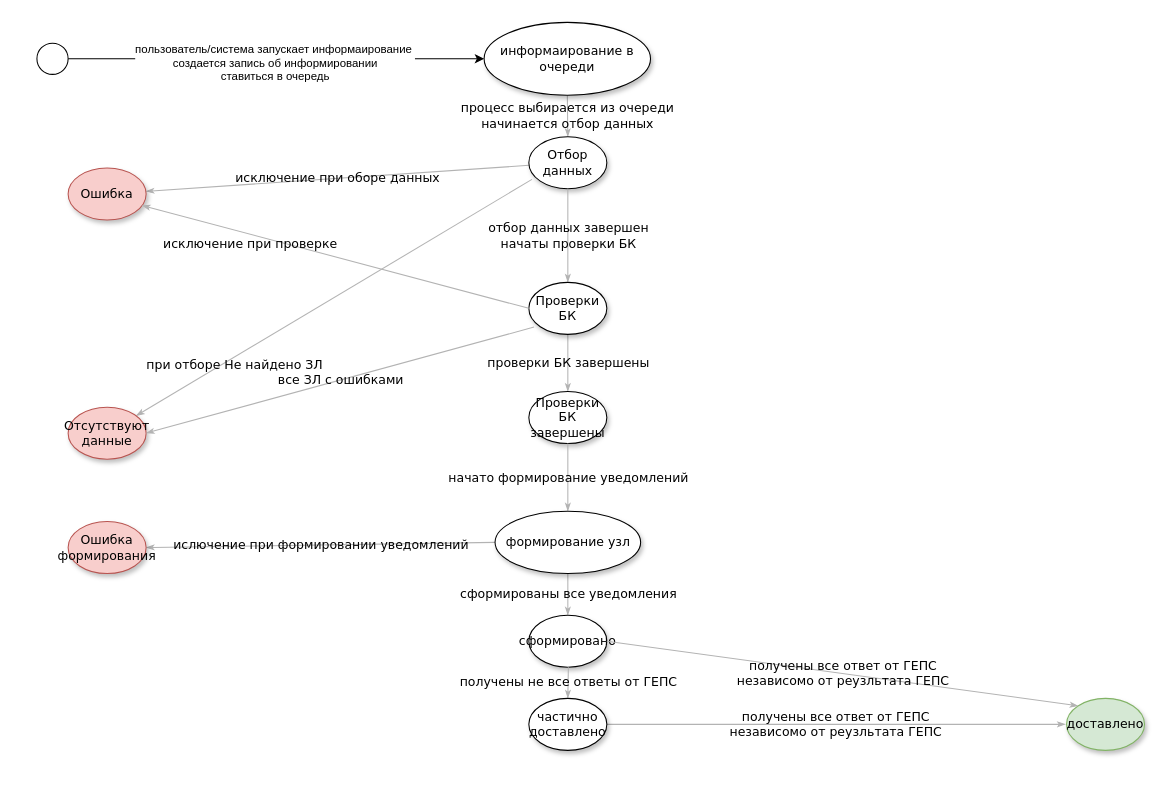
MaxMoto1702/draw.io keeps this draw.io diagram as page "Процесс" (1 of 2) of статусы инициативного формирования.drawio. Above is the earlier version. Source tidied: cells renumbered, new cells numbered last; positions are measured from the earlier drawing's top-left corner, leaving out a move shared by most shapes. Both pictures are drawn from the tidied source at 104%, with x=0, y=0 at pixel (36, 22).
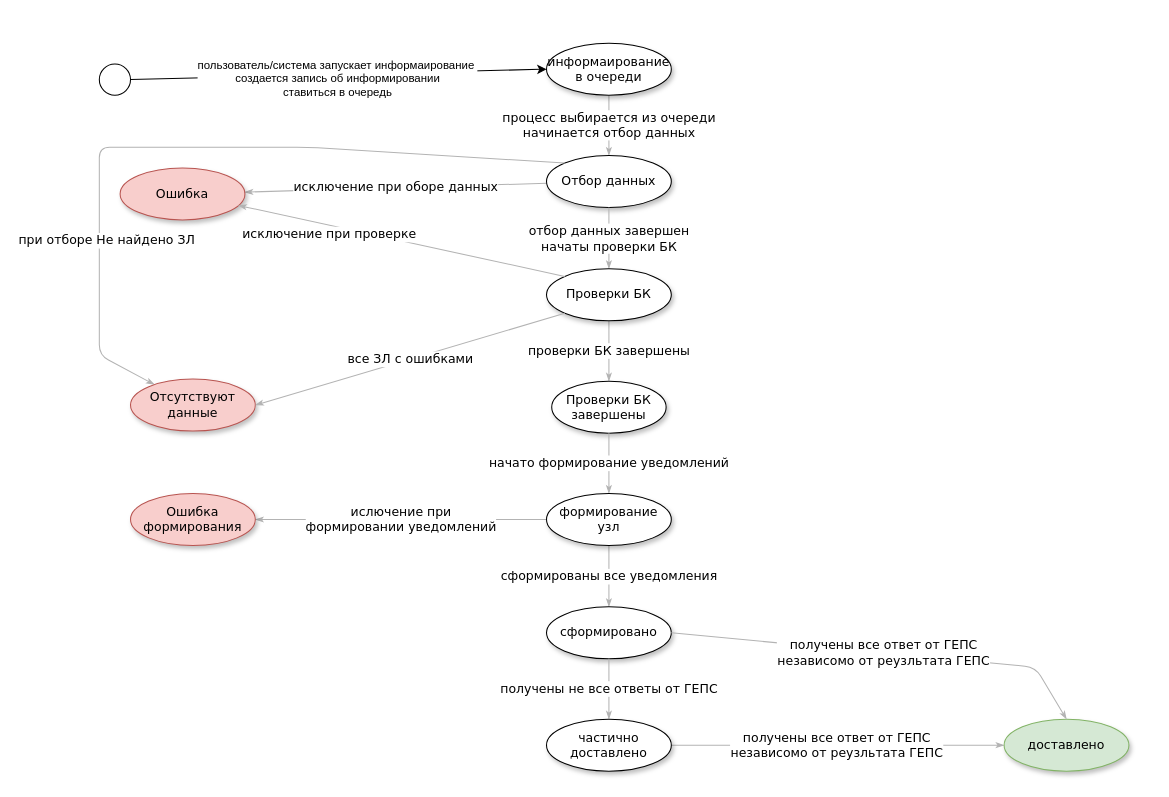
Above is the later version.

Diff of the diagram source:
```diff
@@
-    <mxCell id="2" value="процесс выбирается из очереди&lt;br&gt;начинается отбор данных" style="edgeStyle=none;rounded=1;html=1;labelBackgroundColor=none;startArrow=none;startFill=0;startSize=5;endArrow=classicThin;endFill=1;endSize=5;jettySize=auto;strokeColor=#B3B3B3;strokeWidth=1;fontFamily=Verdana;fontSize=12;" parent="1" edge="1" source="3" target="12">
+    <mxCell id="2" value="процесс выбирается из очереди&lt;br&gt;начинается отбор данных" style="edgeStyle=none;rounded=1;html=1;labelBackgroundColor=default;startArrow=none;startFill=0;startSize=5;endArrow=classicThin;endFill=1;endSize=5;jettySize=auto;strokeColor=#B3B3B3;strokeWidth=1;fontFamily=Verdana;fontSize=12;" parent="1" edge="1" source="3" target="12">
       <mxGeometry relative="1" as="geometry" />
     </mxCell>
     <mxCell id="3" value="информаирование в очереди" style="ellipse;whiteSpace=wrap;html=1;rounded=0;shadow=1;comic=0;labelBackgroundColor=none;strokeWidth=1;fontFamily=Verdana;fontSize=12;align=center;" parent="1" vertex="1">
-      <mxGeometry x="430" width="160" height="70" as="geometry" />
+      <mxGeometry x="490" y="20" width="120" height="50" as="geometry" />
     </mxCell>
@@
-    <mxCell id="7" value="сформированы все уведомления" style="edgeStyle=none;rounded=1;html=1;labelBackgroundColor=none;startArrow=none;startFill=0;startSize=5;endArrow=classicThin;endFill=1;endSize=5;jettySize=auto;strokeColor=#B3B3B3;strokeWidth=1;fontFamily=Verdana;fontSize=12;exitX=0.5;exitY=1;exitDx=0;exitDy=0;" parent="1" edge="1" source="27" target="8">
+    <mxCell id="7" value="сформированы все уведомления" style="edgeStyle=none;rounded=1;html=1;labelBackgroundColor=default;startArrow=none;startFill=0;startSize=5;endArrow=classicThin;endFill=1;endSize=5;jettySize=auto;strokeColor=#B3B3B3;strokeWidth=1;fontFamily=Verdana;fontSize=12;exitX=0.5;exitY=1;exitDx=0;exitDy=0;" parent="1" edge="1" source="27" target="8">
       <mxGeometry relative="1" as="geometry" />
     </mxCell>
     <mxCell id="8" value="&lt;span&gt;сформировано&lt;/span&gt;" style="ellipse;whiteSpace=wrap;html=1;rounded=0;shadow=1;comic=0;labelBackgroundColor=none;strokeWidth=1;fontFamily=Verdana;fontSize=12;align=center;" parent="1" vertex="1">
-      <mxGeometry x="473" y="570" width="75" height="50" as="geometry" />
+      <mxGeometry x="490" y="562" width="120" height="50" as="geometry" />
     </mxCell>
@@
-    <mxCell id="11" value="исключение при оборе данных" style="edgeStyle=none;rounded=1;html=1;labelBackgroundColor=none;startArrow=none;startFill=0;startSize=5;endArrow=classicThin;endFill=1;endSize=5;jettySize=auto;strokeColor=#B3B3B3;strokeWidth=1;fontFamily=Verdana;fontSize=12;" parent="1" edge="1" source="12" target="14">
+    <mxCell id="11" value="исключение при оборе данных" style="edgeStyle=none;rounded=1;html=1;labelBackgroundColor=default;startArrow=none;startFill=0;startSize=5;endArrow=classicThin;endFill=1;endSize=5;jettySize=auto;strokeColor=#B3B3B3;strokeWidth=1;fontFamily=Verdana;fontSize=12;" parent="1" edge="1" source="12" target="14">
       <mxGeometry relative="1" as="geometry" />
     </mxCell>
     <mxCell id="12" value="Отбор данных" style="ellipse;whiteSpace=wrap;html=1;rounded=0;shadow=1;comic=0;labelBackgroundColor=none;strokeWidth=1;fontFamily=Verdana;fontSize=12;align=center;" parent="1" vertex="1">
-      <mxGeometry x="473" y="110" width="75" height="50" as="geometry" />
+      <mxGeometry x="490" y="128" width="120" height="50" as="geometry" />
     </mxCell>
-    <mxCell id="13" value="отбор данных завершен&lt;br&gt;начаты проверки БК" style="edgeStyle=none;rounded=1;html=1;labelBackgroundColor=none;startArrow=none;startFill=0;startSize=5;endArrow=classicThin;endFill=1;endSize=5;jettySize=auto;strokeColor=#B3B3B3;strokeWidth=1;fontFamily=Verdana;fontSize=12;" parent="1" edge="1" source="12" target="16">
+    <mxCell id="13" value="отбор данных завершен&lt;br&gt;начаты проверки БК" style="edgeStyle=none;rounded=1;html=1;labelBackgroundColor=default;startArrow=none;startFill=0;startSize=5;endArrow=classicThin;endFill=1;endSize=5;jettySize=auto;strokeColor=#B3B3B3;strokeWidth=1;fontFamily=Verdana;fontSize=12;" parent="1" edge="1" source="12" target="16">
       <mxGeometry relative="1" as="geometry" />
     </mxCell>
     <mxCell id="14" value="&lt;span&gt;Ошибка&lt;/span&gt;" style="ellipse;whiteSpace=wrap;html=1;rounded=0;shadow=1;comic=0;labelBackgroundColor=none;strokeWidth=1;fontFamily=Verdana;fontSize=12;align=center;fillColor=#f8cecc;strokeColor=#b85450;" parent="1" vertex="1">
-      <mxGeometry x="30" y="140" width="75" height="50" as="geometry" />
+      <mxGeometry x="80" y="140" width="120" height="50" as="geometry" />
     </mxCell>
-    <mxCell id="15" value="проверки БК завершены" style="edgeStyle=none;rounded=1;html=1;labelBackgroundColor=none;startArrow=none;startFill=0;startSize=5;endArrow=classicThin;endFill=1;endSize=5;jettySize=auto;strokeColor=#B3B3B3;strokeWidth=1;fontFamily=Verdana;fontSize=12;entryX=0.5;entryY=0;entryDx=0;entryDy=0;" parent="1" edge="1" source="16" target="24">
+    <mxCell id="15" value="проверки БК завершены" style="edgeStyle=none;rounded=1;html=1;labelBackgroundColor=default;startArrow=none;startFill=0;startSize=5;endArrow=classicThin;endFill=1;endSize=5;jettySize=auto;strokeColor=#B3B3B3;strokeWidth=1;fontFamily=Verdana;fontSize=12;entryX=0.5;entryY=0;entryDx=0;entryDy=0;" parent="1" edge="1" source="16" target="24">
       <mxGeometry relative="1" as="geometry" />
     </mxCell>
     <mxCell id="16" value="&lt;span&gt;Проверки БК&lt;/span&gt;" style="ellipse;whiteSpace=wrap;html=1;rounded=0;shadow=1;comic=0;labelBackgroundColor=none;strokeWidth=1;fontFamily=Verdana;fontSize=12;align=center;" parent="1" vertex="1">
-      <mxGeometry x="473" y="250" width="75" height="50" as="geometry" />
+      <mxGeometry x="490" y="237" width="120" height="50" as="geometry" />
     </mxCell>
@@
     <mxCell id="19" style="ellipse;whiteSpace=wrap;html=1;" parent="1" vertex="1">
-      <mxGeometry y="20" width="30" height="30" as="geometry" />
+      <mxGeometry x="60" y="40" width="30" height="30" as="geometry" />
     </mxCell>
-    <mxCell id="20" value="при отборе Не найдено ЗЛ" style="edgeStyle=none;rounded=1;html=1;labelBackgroundColor=none;startArrow=none;startFill=0;startSize=5;endArrow=classicThin;endFill=1;endSize=5;jettySize=auto;strokeColor=#B3B3B3;strokeWidth=1;fontFamily=Verdana;fontSize=12;exitX=0.04;exitY=0.82;exitDx=0;exitDy=0;exitPerimeter=0;" parent="1" edge="1" source="12" target="21">
-      <mxGeometry x="0.52" y="7" relative="1" as="geometry" />
+    <mxCell id="20" value="при отборе Не найдено ЗЛ" style="edgeStyle=none;rounded=1;html=1;labelBackgroundColor=default;startArrow=none;startFill=0;startSize=5;endArrow=classicThin;endFill=1;endSize=5;jettySize=auto;strokeColor=#B3B3B3;strokeWidth=1;fontFamily=Verdana;fontSize=12;exitX=0;exitY=0;exitDx=0;exitDy=0;" parent="1" edge="1" source="12" target="21">
+      <mxGeometry x="0.52" y="7" relative="1" as="geometry">
+        <Array as="points">
+          <mxPoint x="260" y="120" />
+          <mxPoint x="60" y="120" />
+          <mxPoint x="60" y="320" />
+        </Array>
+      </mxGeometry>
     </mxCell>
     <mxCell id="21" value="&lt;span&gt;Отсутствуют данные&lt;/span&gt;" style="ellipse;whiteSpace=wrap;html=1;rounded=0;shadow=1;comic=0;labelBackgroundColor=none;strokeWidth=1;fontFamily=Verdana;fontSize=12;align=center;fillColor=#f8cecc;strokeColor=#b85450;" parent="1" vertex="1">
-      <mxGeometry x="30" y="370" width="75" height="50" as="geometry" />
+      <mxGeometry x="90" y="343" width="120" height="50" as="geometry" />
     </mxCell>
-    <mxCell id="22" value="исключение при проверке" style="edgeStyle=none;rounded=1;html=1;labelBackgroundColor=none;startArrow=none;startFill=0;startSize=5;endArrow=classicThin;endFill=1;endSize=5;jettySize=auto;strokeColor=#B3B3B3;strokeWidth=1;fontFamily=Verdana;fontSize=12;exitX=0;exitY=0.5;exitDx=0;exitDy=0;entryX=0.947;entryY=0.72;entryDx=0;entryDy=0;entryPerimeter=0;" parent="1" edge="1" source="16" target="14">
+    <mxCell id="22" value="исключение при проверке" style="edgeStyle=none;rounded=1;html=1;labelBackgroundColor=default;startArrow=none;startFill=0;startSize=5;endArrow=classicThin;endFill=1;endSize=5;jettySize=auto;strokeColor=#B3B3B3;strokeWidth=1;fontFamily=Verdana;fontSize=12;exitX=0;exitY=0;exitDx=0;exitDy=0;entryX=0.947;entryY=0.72;entryDx=0;entryDy=0;entryPerimeter=0;" parent="1" edge="1" source="16" target="14">
       <mxGeometry x="0.43" y="9" relative="1" as="geometry" />
     </mxCell>
-    <mxCell id="23" value="все ЗЛ с ошибками" style="edgeStyle=none;rounded=1;html=1;labelBackgroundColor=none;startArrow=none;startFill=0;startSize=5;endArrow=classicThin;endFill=1;endSize=5;jettySize=auto;strokeColor=#B3B3B3;strokeWidth=1;fontFamily=Verdana;fontSize=12;entryX=1;entryY=0.5;entryDx=0;entryDy=0;exitX=0.067;exitY=0.86;exitDx=0;exitDy=0;exitPerimeter=0;" parent="1" edge="1" source="16" target="21">
+    <mxCell id="23" value="все ЗЛ с ошибками" style="edgeStyle=none;rounded=1;html=1;labelBackgroundColor=default;startArrow=none;startFill=0;startSize=5;endArrow=classicThin;endFill=1;endSize=5;jettySize=auto;strokeColor=#B3B3B3;strokeWidth=1;fontFamily=Verdana;fontSize=12;entryX=1;entryY=0.5;entryDx=0;entryDy=0;exitX=0;exitY=1;exitDx=0;exitDy=0;" parent="1" edge="1" source="16" target="21">
       <mxGeometry relative="1" as="geometry" />
     </mxCell>
     <mxCell id="24" value="Проверки БК завершены" style="ellipse;whiteSpace=wrap;html=1;rounded=0;shadow=1;comic=0;labelBackgroundColor=none;strokeWidth=1;fontFamily=Verdana;fontSize=12;align=center;" parent="1" vertex="1">
-      <mxGeometry x="473" y="355" width="75" height="50" as="geometry" />
+      <mxGeometry x="495" y="345" width="110" height="50" as="geometry" />
     </mxCell>
-    <mxCell id="25" value="начато формирование уведомлений" style="edgeStyle=none;rounded=1;html=1;labelBackgroundColor=none;startArrow=none;startFill=0;startSize=5;endArrow=classicThin;endFill=1;endSize=5;jettySize=auto;strokeColor=#B3B3B3;strokeWidth=1;fontFamily=Verdana;fontSize=12;exitX=0.5;exitY=1;exitDx=0;exitDy=0;entryX=0.5;entryY=0;entryDx=0;entryDy=0;" parent="1" edge="1" source="24" target="27">
+    <mxCell id="25" value="начато формирование уведомлений" style="edgeStyle=none;rounded=1;html=1;labelBackgroundColor=default;startArrow=none;startFill=0;startSize=5;endArrow=classicThin;endFill=1;endSize=5;jettySize=auto;strokeColor=#B3B3B3;strokeWidth=1;fontFamily=Verdana;fontSize=12;exitX=0.5;exitY=1;exitDx=0;exitDy=0;entryX=0.5;entryY=0;entryDx=0;entryDy=0;" parent="1" edge="1" source="24" target="27">
       <mxGeometry relative="1" as="geometry" />
     </mxCell>
-    <mxCell id="26" value="ислючение при формировании уведомлений" style="edgeStyle=none;rounded=1;html=1;labelBackgroundColor=none;startArrow=none;startFill=0;startSize=5;endArrow=classicThin;endFill=1;endSize=5;jettySize=auto;strokeColor=#B3B3B3;strokeWidth=1;fontFamily=Verdana;fontSize=12;exitX=0;exitY=0.5;exitDx=0;exitDy=0;entryX=1;entryY=0.5;entryDx=0;entryDy=0;" parent="1" edge="1" source="27" target="28">
+    <mxCell id="26" value="ислючение при &lt;br&gt;формировании уведомлений" style="edgeStyle=none;rounded=1;html=1;labelBackgroundColor=default;startArrow=none;startFill=0;startSize=5;endArrow=classicThin;endFill=1;endSize=5;jettySize=auto;strokeColor=#B3B3B3;strokeWidth=1;fontFamily=Verdana;fontSize=12;exitX=0;exitY=0.5;exitDx=0;exitDy=0;entryX=1;entryY=0.5;entryDx=0;entryDy=0;" parent="1" edge="1" source="27" target="28">
       <mxGeometry relative="1" as="geometry" />
     </mxCell>
     <mxCell id="27" value="формирование узл" style="ellipse;whiteSpace=wrap;html=1;rounded=0;shadow=1;comic=0;labelBackgroundColor=none;strokeWidth=1;fontFamily=Verdana;fontSize=12;align=center;" parent="1" vertex="1">
-      <mxGeometry x="440.5" y="470" width="140" height="60" as="geometry" />
+      <mxGeometry x="490" y="453" width="120" height="50" as="geometry" />
     </mxCell>
     <mxCell id="28" value="&lt;span&gt;Ошибка формирования&lt;/span&gt;" style="ellipse;whiteSpace=wrap;html=1;rounded=0;shadow=1;comic=0;labelBackgroundColor=none;strokeWidth=1;fontFamily=Verdana;fontSize=12;align=center;fillColor=#f8cecc;strokeColor=#b85450;" parent="1" vertex="1">
-      <mxGeometry x="30" y="480" width="75" height="50" as="geometry" />
+      <mxGeometry x="90" y="453" width="120" height="50" as="geometry" />
     </mxCell>
-    <mxCell id="29" value="получены все ответ от ГЕПС &lt;br&gt;независомо от реузльтата ГЕПС" style="edgeStyle=none;rounded=1;html=1;labelBackgroundColor=none;startArrow=none;startFill=0;startSize=5;endArrow=classicThin;endFill=1;endSize=5;jettySize=auto;orthogonalLoop=1;strokeColor=#B3B3B3;strokeWidth=1;fontFamily=Verdana;fontSize=12;exitX=1;exitY=0.5;exitDx=0;exitDy=0;" parent="1" edge="1">
+    <mxCell id="29" value="получены все ответ от ГЕПС &lt;br&gt;независомо от реузльтата ГЕПС" style="edgeStyle=none;rounded=1;html=1;labelBackgroundColor=default;startArrow=none;startFill=0;startSize=5;endArrow=classicThin;endFill=1;endSize=5;jettySize=auto;strokeColor=#B3B3B3;strokeWidth=1;fontFamily=Verdana;fontSize=12;exitX=1;exitY=0.5;exitDx=0;exitDy=0;entryX=0;entryY=0.5;entryDx=0;entryDy=0;" parent="1" edge="1" target="30">
       <mxGeometry relative="1" as="geometry">
-        <mxPoint x="547" y="675" as="sourcePoint" />
-        <mxPoint x="989" y="675" as="targetPoint" />
+        <mxPoint x="607" y="695" as="sourcePoint" />
       </mxGeometry>
     </mxCell>
     <mxCell id="30" value="&lt;span&gt;доставлено&lt;/span&gt;" style="ellipse;whiteSpace=wrap;html=1;rounded=0;shadow=1;comic=0;labelBackgroundColor=none;strokeWidth=1;fontFamily=Verdana;fontSize=12;align=center;fillColor=#d5e8d4;strokeColor=#82b366;" parent="1" vertex="1">
-      <mxGeometry x="990" y="650" width="75" height="50" as="geometry" />
+      <mxGeometry x="930" y="670" width="120" height="50" as="geometry" />
     </mxCell>
-    <mxCell id="31" value="получены не все ответы от ГЕПС" style="edgeStyle=none;rounded=1;html=1;labelBackgroundColor=none;startArrow=none;startFill=0;startSize=5;endArrow=classicThin;endFill=1;endSize=5;jettySize=auto;strokeColor=#B3B3B3;strokeWidth=1;fontFamily=Verdana;fontSize=12;" parent="1" edge="1" target="32">
-      <mxGeometry relative="1" as="geometry">
-        <mxPoint x="511" y="620" as="sourcePoint" />
-      </mxGeometry>
+    <mxCell id="31" value="получены не все ответы от ГЕПС" style="edgeStyle=none;rounded=1;html=1;labelBackgroundColor=default;startArrow=none;startFill=0;startSize=5;endArrow=classicThin;endFill=1;endSize=5;jettySize=auto;strokeColor=#B3B3B3;strokeWidth=1;fontFamily=Verdana;fontSize=12;exitX=0.5;exitY=1;exitDx=0;exitDy=0;" parent="1" edge="1" source="8" target="32">
+      <mxGeometry relative="1" as="geometry" />
     </mxCell>
     <mxCell id="32" value="&lt;span&gt;частично доставлено&lt;/span&gt;" style="ellipse;whiteSpace=wrap;html=1;rounded=0;shadow=1;comic=0;labelBackgroundColor=none;strokeWidth=1;fontFamily=Verdana;fontSize=12;align=center;" parent="1" vertex="1">
-      <mxGeometry x="473" y="650" width="75" height="50" as="geometry" />
+      <mxGeometry x="490" y="670" width="120" height="50" as="geometry" />
     </mxCell>
-    <mxCell id="33" value="получены все ответ от ГЕПС &lt;br&gt;независомо от реузльтата ГЕПС" style="edgeStyle=none;rounded=1;html=1;labelBackgroundColor=none;startArrow=none;startFill=0;startSize=5;endArrow=classicThin;endFill=1;endSize=5;jettySize=auto;strokeColor=#B3B3B3;strokeWidth=1;fontFamily=Verdana;fontSize=12;exitX=1;exitY=0.5;exitDx=0;exitDy=0;entryX=0;entryY=0;entryDx=0;entryDy=0;" parent="1" edge="1" source="8" target="30">
-      <mxGeometry relative="1" as="geometry" />
+    <mxCell id="33" value="получены все ответ от ГЕПС &lt;br&gt;независомо от реузльтата ГЕПС" style="edgeStyle=none;rounded=1;html=1;labelBackgroundColor=default;startArrow=none;startFill=0;startSize=5;endArrow=classicThin;endFill=1;endSize=5;jettySize=auto;strokeColor=#B3B3B3;strokeWidth=1;fontFamily=Verdana;fontSize=12;exitX=1;exitY=0.5;exitDx=0;exitDy=0;entryX=0.5;entryY=0;entryDx=0;entryDy=0;" parent="1" edge="1" source="8" target="30">
+      <mxGeometry relative="1" as="geometry">
+        <Array as="points">
+          <mxPoint x="960" y="620" />
+        </Array>
+      </mxGeometry>
     </mxCell>
```
